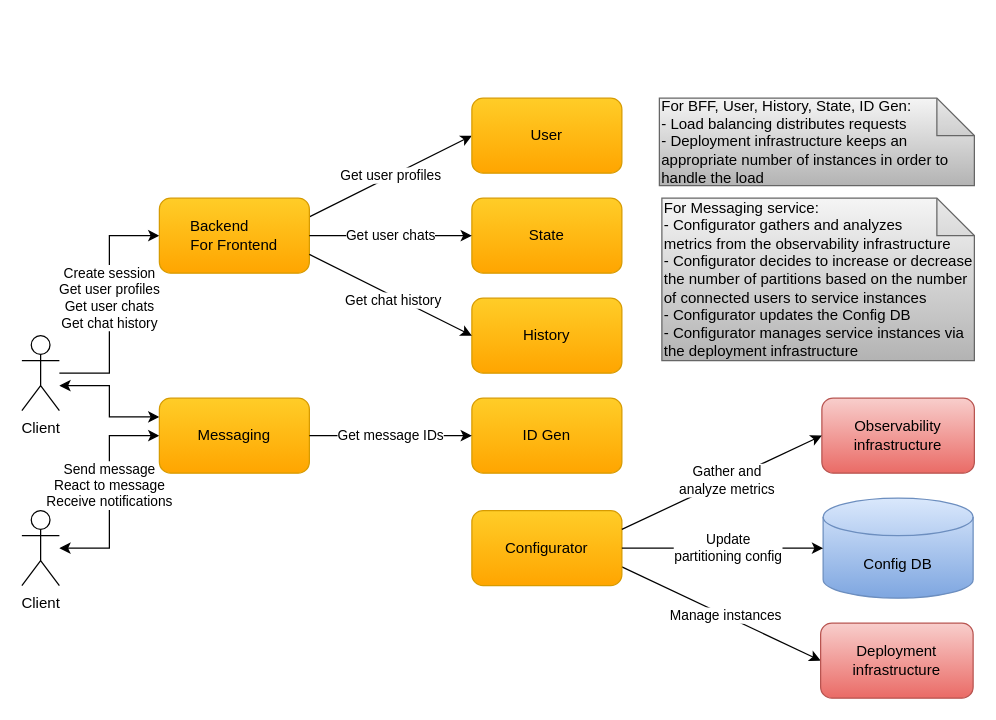
Before: docs/diagrams/cecochat-07-deployment.drawio in cvetomir-todorov/CecoChat, a draw.io diagram. Source tidied: cells renumbered, new cells numbered last; positions are measured from the earlier drawing's top-left corner, leaving out a move shared by most shapes. Both pictures are drawn from the tidied source at 125%, with x=0, y=0 at pixel (21, 98).
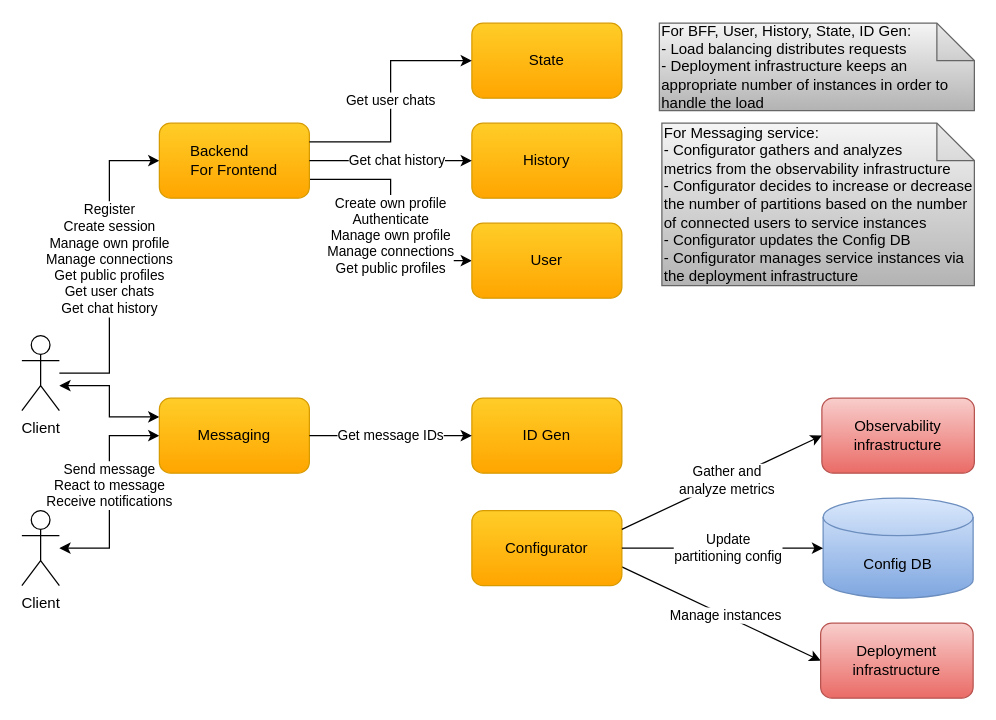
After the change.

The change refers to these unchanged cells:
```xml
<mxCell id="7" value="Client" style="shape=umlActor;verticalLabelPosition=bottom;verticalAlign=top;html=1;outlineConnect=0;" parent="1" vertex="1">
  <mxGeometry y="190" width="30" height="60" as="geometry" />
</mxCell>
```

Diff of the diagram source:
```diff
@@
     <mxCell id="4" value="&lt;div&gt;&lt;span&gt;For Messaging&amp;nbsp;&lt;/span&gt;&lt;span&gt;service:&lt;/span&gt;&lt;/div&gt;&lt;div&gt;&lt;span&gt;- Configurator gathers and analyzes&lt;/span&gt;&lt;/div&gt;&lt;div&gt;&lt;span style=&quot;background-color: initial;&quot;&gt;metrics from the observability infrastructure&lt;/span&gt;&lt;/div&gt;&lt;div&gt;&lt;span style=&quot;background-color: initial;&quot;&gt;- Configurator decides to increase or decrease the number of partitions based on the number of connected users to service instances&lt;/span&gt;&lt;br&gt;&lt;/div&gt;&lt;div&gt;&lt;span style=&quot;background-color: initial;&quot;&gt;- Configurator updates the Config DB&lt;/span&gt;&lt;/div&gt;&lt;div&gt;&lt;span&gt;- Configurator manages service instances via the deployment infrastructure&lt;/span&gt;&lt;/div&gt;" style="shape=note;whiteSpace=wrap;html=1;backgroundOutline=1;darkOpacity=0.05;align=left;gradientColor=#b3b3b3;fillColor=#f5f5f5;strokeColor=#666666;" parent="1" vertex="1">
-      <mxGeometry x="512" y="80" width="250" height="130" as="geometry" />
+      <mxGeometry x="512" y="20" width="250" height="130" as="geometry" />
     </mxCell>
@@
-    <mxCell id="6" value="Create session&lt;br&gt;Get user profiles&lt;br&gt;Get user chats&lt;br&gt;Get chat history" style="edgeStyle=orthogonalEdgeStyle;rounded=0;jettySize=auto;html=1;entryX=0;entryY=0.5;entryDx=0;entryDy=0;" parent="1" edge="1" source="7" target="16">
+    <mxCell id="6" value="Register&lt;br style=&quot;border-color: var(--border-color);&quot;&gt;Create session&lt;br style=&quot;border-color: var(--border-color);&quot;&gt;Manage own&amp;nbsp;profile&lt;br style=&quot;border-color: var(--border-color);&quot;&gt;Manage connections&lt;br style=&quot;border-color: var(--border-color);&quot;&gt;Get public profiles&lt;br style=&quot;border-color: var(--border-color);&quot;&gt;Get user chats&lt;br style=&quot;border-color: var(--border-color);&quot;&gt;Get chat history" style="edgeStyle=orthogonalEdgeStyle;rounded=0;jettySize=auto;html=1;entryX=0;entryY=0.5;entryDx=0;entryDy=0;" parent="1" edge="1" target="16">
       <mxGeometry x="0.05" relative="1" as="geometry">
+        <mxPoint x="30" y="220" as="sourcePoint" />
         <Array as="points">
+          <mxPoint x="30" y="220" />
           <mxPoint x="70" y="220" />
-          <mxPoint x="70" y="110" />
+          <mxPoint x="70" y="50" />
         </Array>
       </mxGeometry>
     </mxCell>
@@
     <mxCell id="12" value="&lt;font style=&quot;font-size: 12px&quot;&gt;History&lt;/font&gt;" style="rounded=1;whiteSpace=wrap;html=1;gradientColor=#ffa500;fillColor=#ffcd28;strokeColor=#d79b00;" parent="1" vertex="1">
-      <mxGeometry x="360" y="160" width="120" height="60" as="geometry" />
+      <mxGeometry x="360" y="20" width="120" height="60" as="geometry" />
     </mxCell>
@@
-    <mxCell id="15" value="Get user profiles" style="rounded=0;jettySize=auto;html=1;entryX=0;entryY=0.5;entryDx=0;entryDy=0;exitX=1;exitY=0.25;exitDx=0;exitDy=0;" parent="1" edge="1" source="16" target="21">
-      <mxGeometry relative="1" as="geometry" />
+    <mxCell id="15" value="Create own profile&lt;br style=&quot;border-color: var(--border-color);&quot;&gt;Authenticate&lt;br style=&quot;border-color: var(--border-color);&quot;&gt;Manage own profile&lt;br style=&quot;border-color: var(--border-color);&quot;&gt;Manage connections&lt;br style=&quot;border-color: var(--border-color);&quot;&gt;Get public profiles" style="rounded=0;jettySize=auto;html=1;entryX=0;entryY=0.5;entryDx=0;entryDy=0;edgeStyle=orthogonalEdgeStyle;exitX=1;exitY=0.75;exitDx=0;exitDy=0;" parent="1" edge="1" source="16" target="21">
+      <mxGeometry x="0.13" relative="1" as="geometry" />
     </mxCell>
     <mxCell id="16" value="&lt;font style=&quot;font-size: 12px&quot;&gt;Backend&amp;nbsp; &amp;nbsp; &amp;nbsp; &amp;nbsp;&lt;br&gt;For Frontend&lt;/font&gt;" style="rounded=1;whiteSpace=wrap;html=1;gradientColor=#ffa500;fillColor=#ffcd28;strokeColor=#d79b00;" parent="1" vertex="1">
-      <mxGeometry x="110" y="80" width="120" height="60" as="geometry" />
+      <mxGeometry x="110" y="20" width="120" height="60" as="geometry" />
     </mxCell>
     <mxCell id="17" value="&lt;font style=&quot;font-size: 12px&quot;&gt;State&lt;/font&gt;" style="rounded=1;whiteSpace=wrap;html=1;gradientColor=#ffa500;fillColor=#ffcd28;strokeColor=#d79b00;" parent="1" vertex="1">
-      <mxGeometry x="360" y="80" width="120" height="60" as="geometry" />
+      <mxGeometry x="360" y="-60" width="120" height="60" as="geometry" />
     </mxCell>
-    <mxCell id="18" value="Get chat history" style="endArrow=classic;html=1;entryX=0;entryY=0.5;entryDx=0;entryDy=0;exitX=1;exitY=0.75;exitDx=0;exitDy=0;" parent="1" edge="1" source="16" target="12">
-      <mxGeometry x="0.04" y="-3" relative="1" as="geometry" />
+    <mxCell id="18" value="Get chat history" style="endArrow=classic;html=1;entryX=0;entryY=0.5;entryDx=0;entryDy=0;exitX=1;exitY=0.5;exitDx=0;exitDy=0;rounded=0;edgeStyle=orthogonalEdgeStyle;" parent="1" edge="1" source="16" target="12">
+      <mxGeometry x="0.08" relative="1" as="geometry" />
     </mxCell>
-    <mxCell id="19" value="Get user chats" style="endArrow=classic;html=1;entryX=0;entryY=0.5;entryDx=0;entryDy=0;exitX=1;exitY=0.5;exitDx=0;exitDy=0;" parent="1" edge="1" source="16" target="17">
+    <mxCell id="19" value="Get user chats" style="endArrow=classic;html=1;entryX=0;entryY=0.5;entryDx=0;entryDy=0;edgeStyle=orthogonalEdgeStyle;rounded=0;exitX=1;exitY=0.25;exitDx=0;exitDy=0;" parent="1" edge="1" source="16" target="17">
       <mxGeometry relative="1" as="geometry" />
     </mxCell>
     <mxCell id="20" value="&lt;div&gt;&lt;span&gt;For BFF, User, History, State,&amp;nbsp;&lt;/span&gt;&lt;span&gt;ID Gen:&lt;/span&gt;&lt;/div&gt;&lt;div&gt;- Load balancing distributes requests&lt;span&gt;&lt;br&gt;&lt;/span&gt;&lt;/div&gt;&lt;div&gt;&lt;span&gt;- Deployment infrastructure keeps an appropriate number of instances in order to handle the load&lt;/span&gt;&lt;/div&gt;" style="shape=note;whiteSpace=wrap;html=1;backgroundOutline=1;darkOpacity=0.05;align=left;gradientColor=#b3b3b3;fillColor=#f5f5f5;strokeColor=#666666;" parent="1" vertex="1">
-      <mxGeometry x="510" width="252" height="70" as="geometry" />
+      <mxGeometry x="510" y="-60" width="252" height="70" as="geometry" />
     </mxCell>
     <mxCell id="21" value="&lt;font style=&quot;font-size: 12px&quot;&gt;User&lt;/font&gt;" style="rounded=1;whiteSpace=wrap;html=1;gradientColor=#ffa500;fillColor=#ffcd28;strokeColor=#d79b00;" parent="1" vertex="1">
-      <mxGeometry x="360" width="120" height="60" as="geometry" />
+      <mxGeometry x="360" y="100" width="120" height="60" as="geometry" />
     </mxCell>
```
